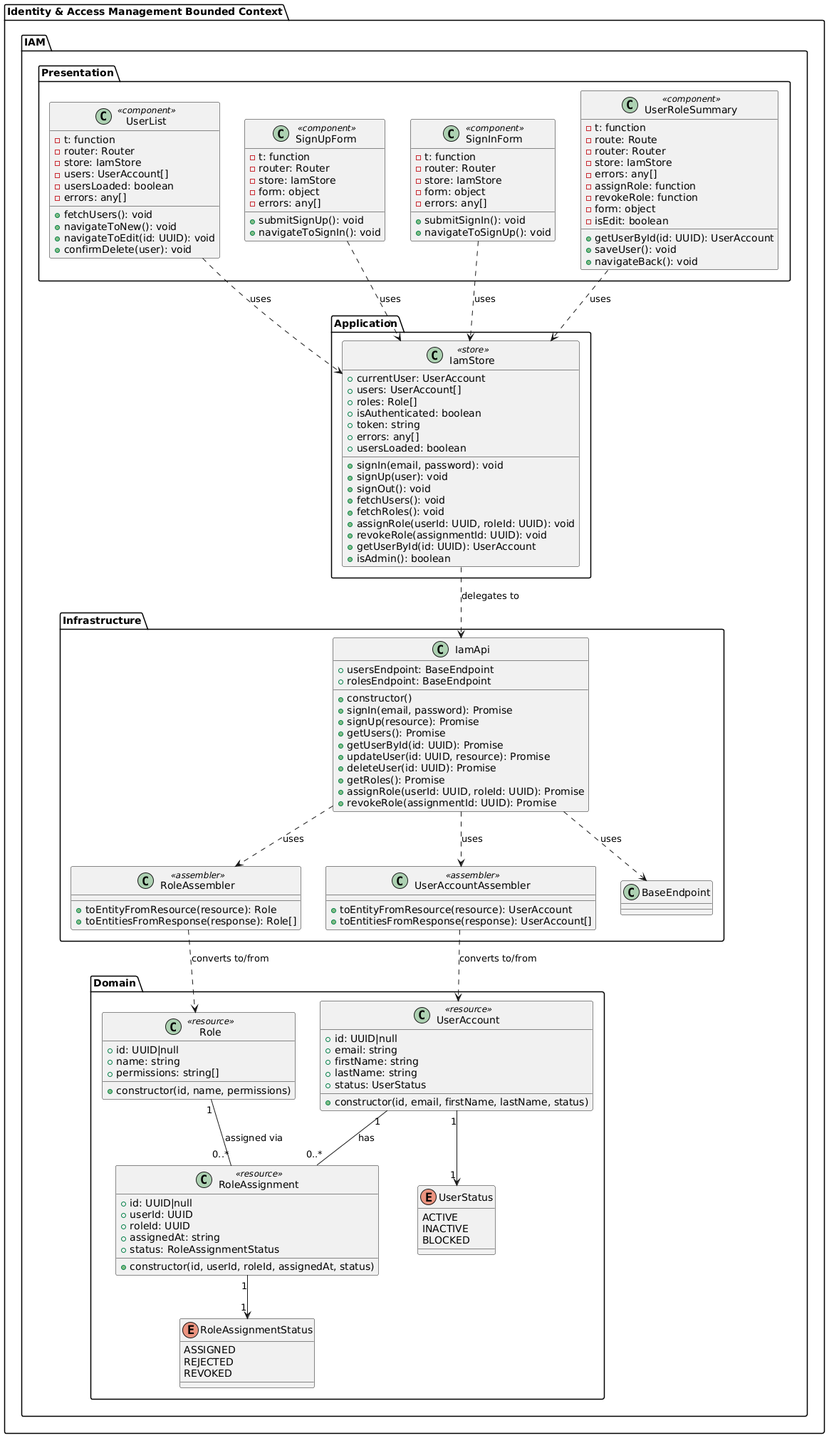
This is assets/Chapter4/ClassDiagram/IAM.png from 1ASI0729-2620-7769-G4-TechNova/TechNovaReport-7769-G4, a PlantUML export, as it was before one commit. Source of this version:
```plantuml
@startuml
package "Identity & Access Management Bounded Context" {

  package "IAM.Domain" {
    class "UserAccount" as IAMUserAccount <<resource>> {
      +id: UUID|null
      +email: string
      +firstName: string
      +lastName: string
      +status: UserStatus
      +constructor(id, email, firstName, lastName, status)
    }

    class "Role" as IAMRole <<resource>> {
      +id: UUID|null
      +name: string
      +permissions: string[]
      +constructor(id, name, permissions)
    }

    class "RoleAssignment" as IAMRoleAssignment <<resource>> {
      +id: UUID|null
      +userId: UUID
      +roleId: UUID
      +assignedAt: string
      +status: RoleAssignmentStatus
      +constructor(id, userId, roleId, assignedAt, status)
    }

    enum "UserStatus" as IAMUserStatus {
      ACTIVE
      INACTIVE
      BLOCKED
    }

    enum "RoleAssignmentStatus" as IAMRoleAssignmentStatus {
      ASSIGNED
      REJECTED
      REVOKED
    }

    IAMUserAccount "1" --> "1" IAMUserStatus
    IAMUserAccount "1" -- "0..*" IAMRoleAssignment : has
    IAMRole "1" -- "0..*" IAMRoleAssignment : assigned via
    IAMRoleAssignment "1" --> "1" IAMRoleAssignmentStatus
  }

  package "IAM.Presentation" {
    class "UserList" as IAMUserList <<component>> {
      -t: function
      -router: Router
      -store: IamStore
      -users: UserAccount[]
      -usersLoaded: boolean
      -errors: any[]
      +fetchUsers(): void
      +navigateToNew(): void
      +navigateToEdit(id: UUID): void
      +confirmDelete(user): void
    }

    class "SignUpForm" as IAMSignUpForm <<component>> {
      -t: function
      -router: Router
      -store: IamStore
      -form: object
      -errors: any[]
      +submitSignUp(): void
      +navigateToSignIn(): void
    }

    class "SignInForm" as IAMSignInForm <<component>> {
      -t: function
      -router: Router
      -store: IamStore
      -form: object
      -errors: any[]
      +submitSignIn(): void
      +navigateToSignUp(): void
    }

    class "UserRoleSummary" as IAMUserRoleSummary <<component>> {
      -t: function
      -route: Route
      -router: Router
      -store: IamStore
      -errors: any[]
      -assignRole: function
      -revokeRole: function
      -form: object
      -isEdit: boolean
      +getUserById(id: UUID): UserAccount
      +saveUser(): void
      +navigateBack(): void
    }
  }

  package "IAM.Application" {
    class "IamStore" as IamStore <<store>> {
      +currentUser: UserAccount
      +users: UserAccount[]
      +roles: Role[]
      +isAuthenticated: boolean
      +token: string
      +errors: any[]
      +usersLoaded: boolean
      +signIn(email, password): void
      +signUp(user): void
      +signOut(): void
      +fetchUsers(): void
      +fetchRoles(): void
      +assignRole(userId: UUID, roleId: UUID): void
      +revokeRole(assignmentId: UUID): void
      +getUserById(id: UUID): UserAccount
      +isAdmin(): boolean
    }
  }

  package "IAM.Infrastructure" {
    class "IamApi" as IamApi {
      +usersEndpoint: BaseEndpoint
      +rolesEndpoint: BaseEndpoint
      +constructor()
      +signIn(email, password): Promise
      +signUp(resource): Promise
      +getUsers(): Promise
      +getUserById(id: UUID): Promise
      +updateUser(id: UUID, resource): Promise
      +deleteUser(id: UUID): Promise
      +getRoles(): Promise
      +assignRole(userId: UUID, roleId: UUID): Promise
      +revokeRole(assignmentId: UUID): Promise
    }

    class "RoleAssembler" as IAMRoleAssembler <<assembler>> {
      +toEntityFromResource(resource): Role
      +toEntitiesFromResponse(response): Role[]
    }

    class "UserAccountAssembler" as IAMUserAccountAssembler <<assembler>> {
      +toEntityFromResource(resource): UserAccount
      +toEntitiesFromResponse(response): UserAccount[]
    }

    IamApi ..> BaseEndpoint : uses
    IAMRoleAssembler ..> IAMRole : converts to/from
    IAMUserAccountAssembler ..> IAMUserAccount : converts to/from
    IamApi ..> IAMRoleAssembler : uses
    IamApi ..> IAMUserAccountAssembler : uses
  }

  IAMUserList ..> IamStore : uses
  IAMSignUpForm ..> IamStore : uses
  IAMSignInForm ..> IamStore : uses
  IAMUserRoleSummary ..> IamStore : uses
  IamStore ..> IamApi : delegates to
}
@enduml
```
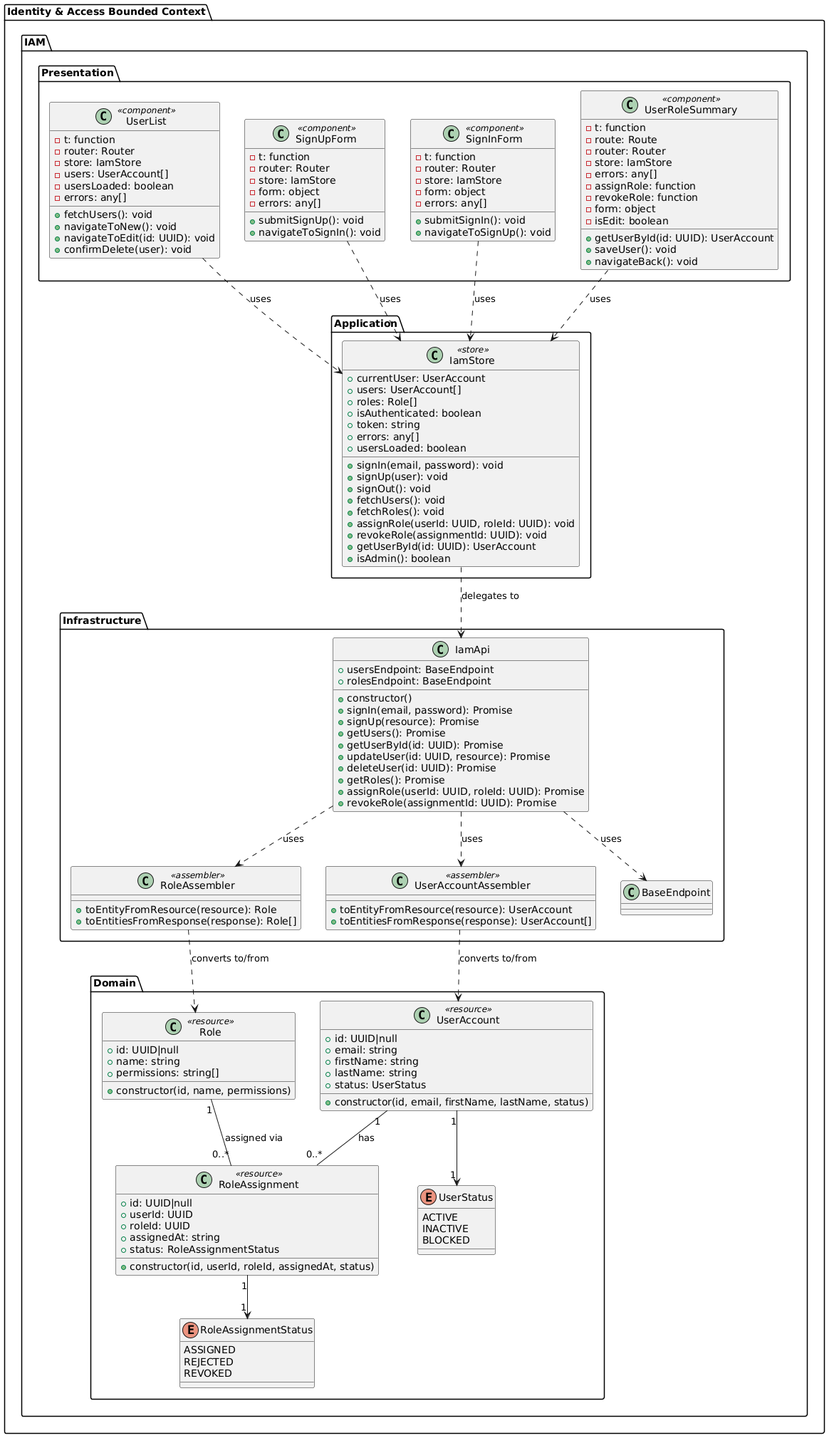
Above is the later version.

Diff of the diagram source:
```diff
@@ -1,6 +1,5 @@
 @startuml
-package "Identity & Access Management Bounded Context" {
-
+package "Identity & Access Bounded Context" {
   package "IAM.Domain" {
     class "UserAccount" as IAMUserAccount <<resource>> {
       +id: UUID|null
```
